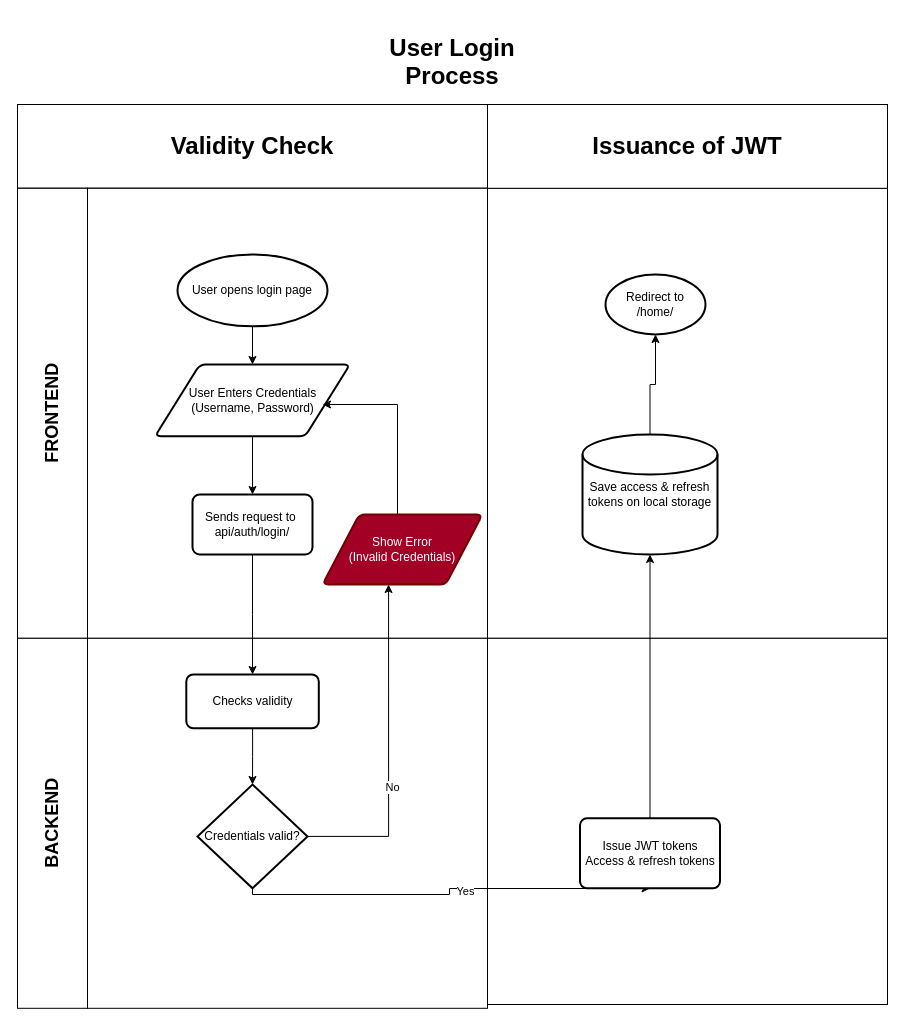
This is page "User Login Process" (1 of 2) of E-Commerce API Business Process.drawio from RHILIUS/drawio, a draw.io file, before an edit. Source tidied: cells renumbered, new cells numbered last; positions are measured from the earlier drawing's top-left corner, leaving out a move shared by most shapes. Both pictures are drawn from the tidied source at 100%, with x=0, y=0 at pixel (17, 44).
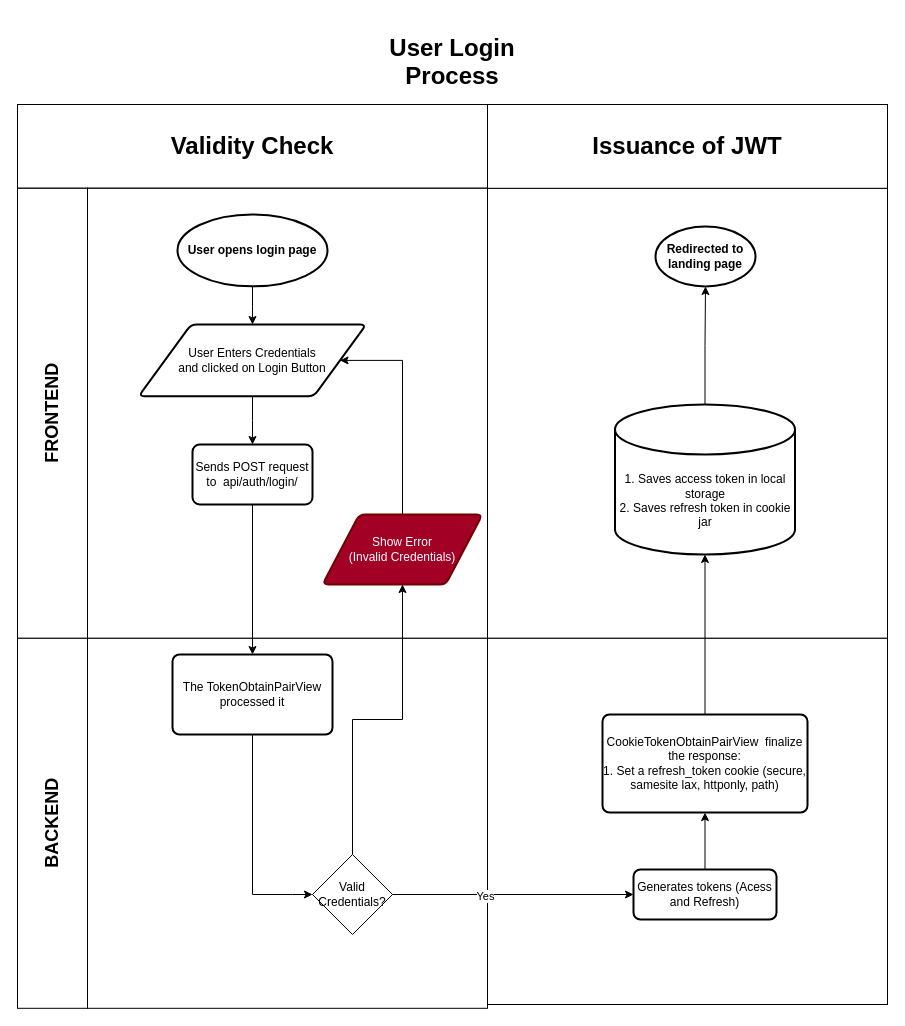
Above is the later version.

Commit message:
E-Commerce API: Completed the user login process

The change refers to these unchanged cells:
```xml
<mxCell id="33" value="Show Error&lt;br&gt;(Invalid Credentials)" style="shape=parallelogram;html=1;strokeWidth=2;perimeter=parallelogramPerimeter;whiteSpace=wrap;rounded=1;arcSize=12;size=0.23;fillColor=#a20025;fontColor=#ffffff;strokeColor=#6F0000;" parent="1" vertex="1">
  <mxGeometry x="305" y="470" width="160" height="70" as="geometry" />
</mxCell>
```

The edit, as a diff of the source:
```diff
@@
-    <mxCell id="9" value="User opens login page" style="strokeWidth=2;html=1;shape=mxgraph.flowchart.start_1;whiteSpace=wrap;" parent="1" vertex="1">
-      <mxGeometry x="160" y="210" width="150" height="71.8" as="geometry" />
+    <mxCell id="9" value="&lt;b&gt;User opens login page&lt;/b&gt;" style="strokeWidth=2;html=1;shape=mxgraph.flowchart.start_1;whiteSpace=wrap;" parent="1" vertex="1">
+      <mxGeometry x="160" y="170" width="150" height="71.8" as="geometry" />
     </mxCell>
-    <mxCell id="10" value="User Enters Credentials&lt;br&gt;(Username, Password)" style="shape=parallelogram;html=1;strokeWidth=2;perimeter=parallelogramPerimeter;whiteSpace=wrap;rounded=1;arcSize=12;size=0.23;" parent="1" vertex="1">
-      <mxGeometry x="137.5" y="320" width="195" height="71.8" as="geometry" />
+    <mxCell id="10" value="User Enters Credentials&lt;br&gt;and clicked on Login Button" style="shape=parallelogram;html=1;strokeWidth=2;perimeter=parallelogramPerimeter;whiteSpace=wrap;rounded=1;arcSize=12;size=0.23;" parent="1" vertex="1">
+      <mxGeometry x="121.2" y="280" width="227.5" height="71.8" as="geometry" />
     </mxCell>
-    <mxCell id="11" style="edgeStyle=orthogonalEdgeStyle;rounded=0;jettySize=auto;html=1;entryX=0.5;entryY=0;entryDx=0;entryDy=0;" parent="1" edge="1" source="12" target="14">
-      <mxGeometry relative="1" as="geometry" />
-    </mxCell>
-    <mxCell id="12" value="Sends request to&amp;nbsp; api/auth/login/" style="whiteSpace=wrap;html=1;strokeWidth=2;rounded=1;arcSize=12;" parent="1" vertex="1">
-      <mxGeometry x="175" y="450" width="120" height="60" as="geometry" />
+    <mxCell id="12" value="Sends POST request to&amp;nbsp; api/auth/login/" style="whiteSpace=wrap;html=1;strokeWidth=2;rounded=1;arcSize=12;" parent="1" vertex="1">
+      <mxGeometry x="175" y="400" width="120" height="60" as="geometry" />
     </mxCell>
@@
-    <mxCell id="14" value="Checks validity" style="rounded=1;whiteSpace=wrap;html=1;absoluteArcSize=1;arcSize=14;strokeWidth=2;" parent="1" vertex="1">
-      <mxGeometry x="168.8" y="630" width="132.5" height="53.8" as="geometry" />
-    </mxCell>
-    <mxCell id="15" style="edgeStyle=orthogonalEdgeStyle;rounded=0;jettySize=auto;html=1;entryX=0.413;entryY=1;entryDx=0;entryDy=0;entryPerimeter=0;" parent="1" edge="1" source="17" target="33">
-      <mxGeometry relative="1" as="geometry" />
-    </mxCell>
-    <mxCell id="16" value="No" style="edgeLabel;html=1;align=center;verticalAlign=middle;" parent="15" vertex="1">
-      <mxGeometry x="-0.22" y="-3" relative="1" as="geometry" />
-    </mxCell>
-    <mxCell id="17" value="Credentials valid?" style="strokeWidth=2;html=1;shape=mxgraph.flowchart.decision;whiteSpace=wrap;" parent="1" vertex="1">
-      <mxGeometry x="180" y="740" width="110" height="103.8" as="geometry" />
-    </mxCell>
-    <mxCell id="18" style="edgeStyle=orthogonalEdgeStyle;rounded=0;jettySize=auto;html=1;entryX=0.5;entryY=0;entryDx=0;entryDy=0;entryPerimeter=0;" parent="1" edge="1" source="14" target="17">
-      <mxGeometry relative="1" as="geometry" />
-    </mxCell>
@@
-    <mxCell id="24" style="edgeStyle=orthogonalEdgeStyle;rounded=0;jettySize=auto;html=1;" parent="1" edge="1" source="17" target="27">
-      <mxGeometry relative="1" as="geometry">
-        <Array as="points">
-          <mxPoint x="235" y="850" />
-          <mxPoint x="432" y="850" />
-          <mxPoint x="432" y="844" />
-        </Array>
-      </mxGeometry>
-    </mxCell>
-    <mxCell id="25" value="Yes" style="edgeLabel;html=1;align=center;verticalAlign=middle;" parent="24" vertex="1">
-      <mxGeometry x="0.1" y="-2" relative="1" as="geometry" />
-    </mxCell>
@@
-    <mxCell id="27" value="Issue JWT tokens&lt;br&gt;Access &amp;amp; refresh tokens" style="rounded=1;whiteSpace=wrap;html=1;absoluteArcSize=1;arcSize=14;strokeWidth=2;" parent="1" vertex="1">
-      <mxGeometry x="562.5" y="773.8" width="140" height="70" as="geometry" />
-    </mxCell>
-    <mxCell id="28" value="Redirect to /home/" style="strokeWidth=2;html=1;shape=mxgraph.flowchart.start_1;whiteSpace=wrap;" parent="1" vertex="1">
-      <mxGeometry x="588" y="230" width="100" height="60" as="geometry" />
-    </mxCell>
-    <mxCell id="29" style="edgeStyle=orthogonalEdgeStyle;rounded=0;jettySize=auto;html=1;entryX=0.5;entryY=1;entryDx=0;entryDy=0;entryPerimeter=0;" parent="1" edge="1" source="31" target="28">
-      <mxGeometry relative="1" as="geometry" />
-    </mxCell>
-    <mxCell id="30" style="edgeStyle=orthogonalEdgeStyle;rounded=0;jettySize=auto;html=1;" parent="1" edge="1" source="27" target="31">
-      <mxGeometry relative="1" as="geometry" />
-    </mxCell>
-    <mxCell id="31" value="Save access &amp;amp; refresh tokens on local storage" style="strokeWidth=2;html=1;shape=mxgraph.flowchart.database;whiteSpace=wrap;" parent="1" vertex="1">
-      <mxGeometry x="565" y="390" width="135" height="120" as="geometry" />
-    </mxCell>
-    <mxCell id="32" style="edgeStyle=orthogonalEdgeStyle;rounded=0;jettySize=auto;html=1;entryX=0.859;entryY=0.557;entryDx=0;entryDy=0;entryPerimeter=0;" parent="1" edge="1" source="33" target="10">
+    <mxCell id="32" style="edgeStyle=orthogonalEdgeStyle;rounded=0;jettySize=auto;html=1;entryX=1;entryY=0.5;entryDx=0;entryDy=0;" parent="1" edge="1" source="33" target="10">
       <mxGeometry relative="1" as="geometry">
         <Array as="points">
-          <mxPoint x="380" y="360" />
+          <mxPoint x="385" y="316" />
         </Array>
       </mxGeometry>
     </mxCell>
@@
+    <mxCell id="34" style="edgeStyle=orthogonalEdgeStyle;rounded=0;jettySize=auto;html=1;entryX=0.5;entryY=0;entryDx=0;entryDy=0;" parent="1" edge="1" source="12" target="36">
+      <mxGeometry relative="1" as="geometry" />
+    </mxCell>
+    <mxCell id="35" style="edgeStyle=orthogonalEdgeStyle;rounded=0;jettySize=auto;html=1;entryX=0;entryY=0.5;entryDx=0;entryDy=0;" parent="1" edge="1" source="36" target="41">
+      <mxGeometry relative="1" as="geometry">
+        <Array as="points">
+          <mxPoint x="235" y="850" />
+          <mxPoint x="275" y="850" />
+        </Array>
+      </mxGeometry>
+    </mxCell>
+    <mxCell id="36" value="The TokenObtainPairView processed it" style="rounded=1;whiteSpace=wrap;html=1;absoluteArcSize=1;arcSize=14;strokeWidth=2;" parent="1" vertex="1">
+      <mxGeometry x="155" y="610" width="160" height="80" as="geometry" />
+    </mxCell>
+    <mxCell id="37" style="edgeStyle=orthogonalEdgeStyle;rounded=0;jettySize=auto;html=1;" parent="1" edge="1" source="38" target="45">
+      <mxGeometry relative="1" as="geometry" />
+    </mxCell>
+    <mxCell id="38" value="CookieTokenObtainPairView&amp;nbsp; finalize the response:&lt;br&gt;1. Set a refresh_token cookie (secure, samesite lax, httponly, path)" style="whiteSpace=wrap;html=1;rounded=1;absoluteArcSize=1;arcSize=14;strokeWidth=2;" parent="1" vertex="1">
+      <mxGeometry x="585" y="670" width="205" height="98.1" as="geometry" />
+    </mxCell>
+    <mxCell id="39" style="edgeStyle=orthogonalEdgeStyle;rounded=0;jettySize=auto;html=1;" parent="1" edge="1" source="41" target="43">
+      <mxGeometry relative="1" as="geometry" />
+    </mxCell>
+    <mxCell id="25" value="Yes" style="edgeLabel;html=1;align=center;verticalAlign=middle;" parent="39" vertex="1">
+      <mxGeometry x="-0.24" y="-1" relative="1" as="geometry" />
+    </mxCell>
+    <mxCell id="40" style="edgeStyle=orthogonalEdgeStyle;rounded=0;jettySize=auto;html=1;" parent="1" edge="1" source="41" target="33">
+      <mxGeometry relative="1" as="geometry" />
+    </mxCell>
+    <mxCell id="41" value="Valid Credentials?" style="rhombus;whiteSpace=wrap;html=1;" parent="1" vertex="1">
+      <mxGeometry x="295" y="810" width="80" height="80" as="geometry" />
+    </mxCell>
+    <mxCell id="42" style="edgeStyle=orthogonalEdgeStyle;rounded=0;jettySize=auto;html=1;" parent="1" edge="1" source="43" target="38">
+      <mxGeometry relative="1" as="geometry" />
+    </mxCell>
+    <mxCell id="43" value="Generates tokens (Acess and Refresh)" style="rounded=1;whiteSpace=wrap;html=1;absoluteArcSize=1;arcSize=14;strokeWidth=2;" parent="1" vertex="1">
+      <mxGeometry x="616" y="825" width="143" height="50" as="geometry" />
+    </mxCell>
+    <mxCell id="44" style="edgeStyle=orthogonalEdgeStyle;rounded=0;jettySize=auto;html=1;entryX=0.5;entryY=1;entryDx=0;entryDy=0;entryPerimeter=0;" parent="1" edge="1" source="45" target="46">
+      <mxGeometry relative="1" as="geometry" />
+    </mxCell>
+    <mxCell id="45" value="&lt;div&gt;&lt;br&gt;&lt;/div&gt;&lt;div&gt;&lt;br&gt;&lt;/div&gt;&lt;div&gt;&lt;br&gt;&lt;/div&gt;1. Saves access token in local storage&lt;br&gt;2. Saves refresh token in cookie jar" style="strokeWidth=2;html=1;shape=mxgraph.flowchart.database;whiteSpace=wrap;" parent="1" vertex="1">
+      <mxGeometry x="597.5" y="360" width="180" height="150" as="geometry" />
+    </mxCell>
+    <mxCell id="46" value="&lt;b&gt;Redirected to landing page&lt;/b&gt;" style="strokeWidth=2;html=1;shape=mxgraph.flowchart.start_1;whiteSpace=wrap;" parent="1" vertex="1">
+      <mxGeometry x="638" y="182" width="100" height="60" as="geometry" />
+    </mxCell>
```
